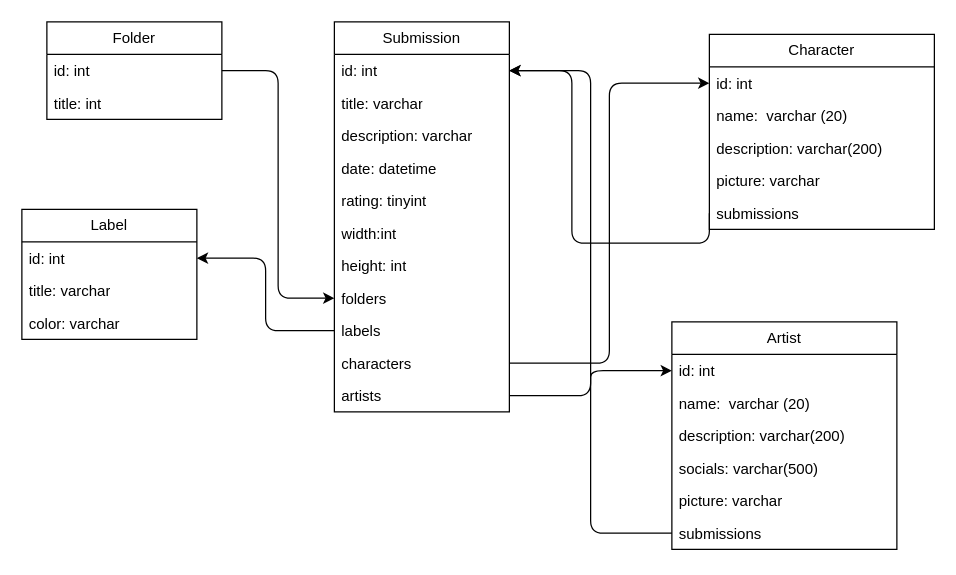
Before: DB_diagram.drawio in tekofx/artganizer, a draw.io diagram. Source tidied: cells renumbered, new cells numbered last; positions are measured from the earlier drawing's top-left corner, leaving out a move shared by most shapes. Both pictures are drawn from the tidied source at 125%, with x=0, y=0 at pixel (21, 21).
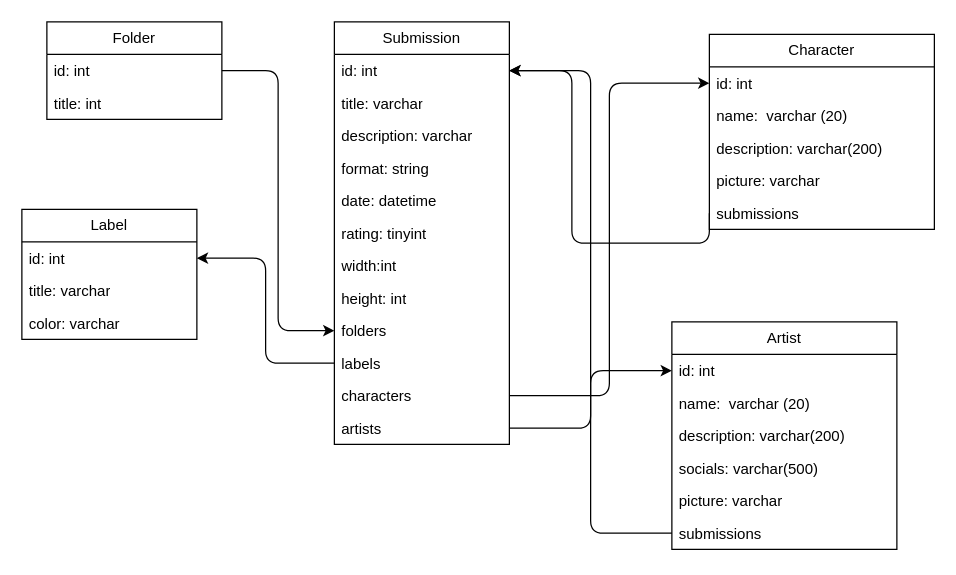
The same page after the edit.

Diff of the diagram source:
```diff
@@
     <mxCell id="2" value="Submission" style="swimlane;fontStyle=0;horizontal=1;startSize=26;fillColor=none;whiteSpace=wrap;html=1;" parent="1" vertex="1">
-      <mxGeometry x="250" width="140" height="312" as="geometry" />
+      <mxGeometry x="250" width="140" height="338" as="geometry" />
     </mxCell>
@@
+    <mxCell id="40" value="format: string" style="text;strokeColor=none;fillColor=none;align=left;verticalAlign=top;spacingLeft=4;spacingRight=4;overflow=hidden;whiteSpace=wrap;html=1;" parent="2" vertex="1">
+      <mxGeometry y="104" width="140" height="26" as="geometry" />
+    </mxCell>
     <mxCell id="6" value="date: datetime" style="text;strokeColor=none;fillColor=none;align=left;verticalAlign=top;spacingLeft=4;spacingRight=4;overflow=hidden;whiteSpace=wrap;html=1;" parent="2" vertex="1">
-      <mxGeometry y="104" width="140" height="26" as="geometry" />
+      <mxGeometry y="130" width="140" height="26" as="geometry" />
     </mxCell>
     <mxCell id="7" value="rating: tinyint" style="text;strokeColor=none;fillColor=none;align=left;verticalAlign=top;spacingLeft=4;spacingRight=4;overflow=hidden;whiteSpace=wrap;html=1;" parent="2" vertex="1">
-      <mxGeometry y="130" width="140" height="26" as="geometry" />
+      <mxGeometry y="156" width="140" height="26" as="geometry" />
     </mxCell>
     <mxCell id="8" value="width:int" style="text;strokeColor=none;fillColor=none;align=left;verticalAlign=top;spacingLeft=4;spacingRight=4;overflow=hidden;whiteSpace=wrap;html=1;" parent="2" vertex="1">
-      <mxGeometry y="156" width="140" height="26" as="geometry" />
+      <mxGeometry y="182" width="140" height="26" as="geometry" />
     </mxCell>
     <mxCell id="9" value="height: int" style="text;strokeColor=none;fillColor=none;align=left;verticalAlign=top;spacingLeft=4;spacingRight=4;overflow=hidden;whiteSpace=wrap;html=1;" parent="2" vertex="1">
-      <mxGeometry y="182" width="140" height="26" as="geometry" />
+      <mxGeometry y="208" width="140" height="26" as="geometry" />
     </mxCell>
     <mxCell id="10" value="folders" style="text;strokeColor=none;fillColor=none;align=left;verticalAlign=top;spacingLeft=4;spacingRight=4;overflow=hidden;points=[[0,0.5],[1,0.5]];portConstraint=eastwest;whiteSpace=wrap;html=1;" parent="2" vertex="1">
-      <mxGeometry y="208" width="140" height="26" as="geometry" />
+      <mxGeometry y="234" width="140" height="26" as="geometry" />
     </mxCell>
     <mxCell id="11" value="labels" style="text;strokeColor=none;fillColor=none;align=left;verticalAlign=top;spacingLeft=4;spacingRight=4;overflow=hidden;points=[[0,0.5],[1,0.5]];portConstraint=eastwest;whiteSpace=wrap;html=1;" parent="2" vertex="1">
-      <mxGeometry y="234" width="140" height="26" as="geometry" />
+      <mxGeometry y="260" width="140" height="26" as="geometry" />
     </mxCell>
     <mxCell id="12" value="characters" style="text;strokeColor=none;fillColor=none;align=left;verticalAlign=top;spacingLeft=4;spacingRight=4;overflow=hidden;points=[[0,0.5],[1,0.5]];portConstraint=eastwest;whiteSpace=wrap;html=1;" parent="2" vertex="1">
-      <mxGeometry y="260" width="140" height="26" as="geometry" />
+      <mxGeometry y="286" width="140" height="26" as="geometry" />
     </mxCell>
     <mxCell id="13" value="artists" style="text;strokeColor=none;fillColor=none;align=left;verticalAlign=top;spacingLeft=4;spacingRight=4;overflow=hidden;points=[[0,0.5],[1,0.5]];portConstraint=eastwest;whiteSpace=wrap;html=1;" parent="2" vertex="1">
-      <mxGeometry y="286" width="140" height="26" as="geometry" />
+      <mxGeometry y="312" width="140" height="26" as="geometry" />
     </mxCell>
```
